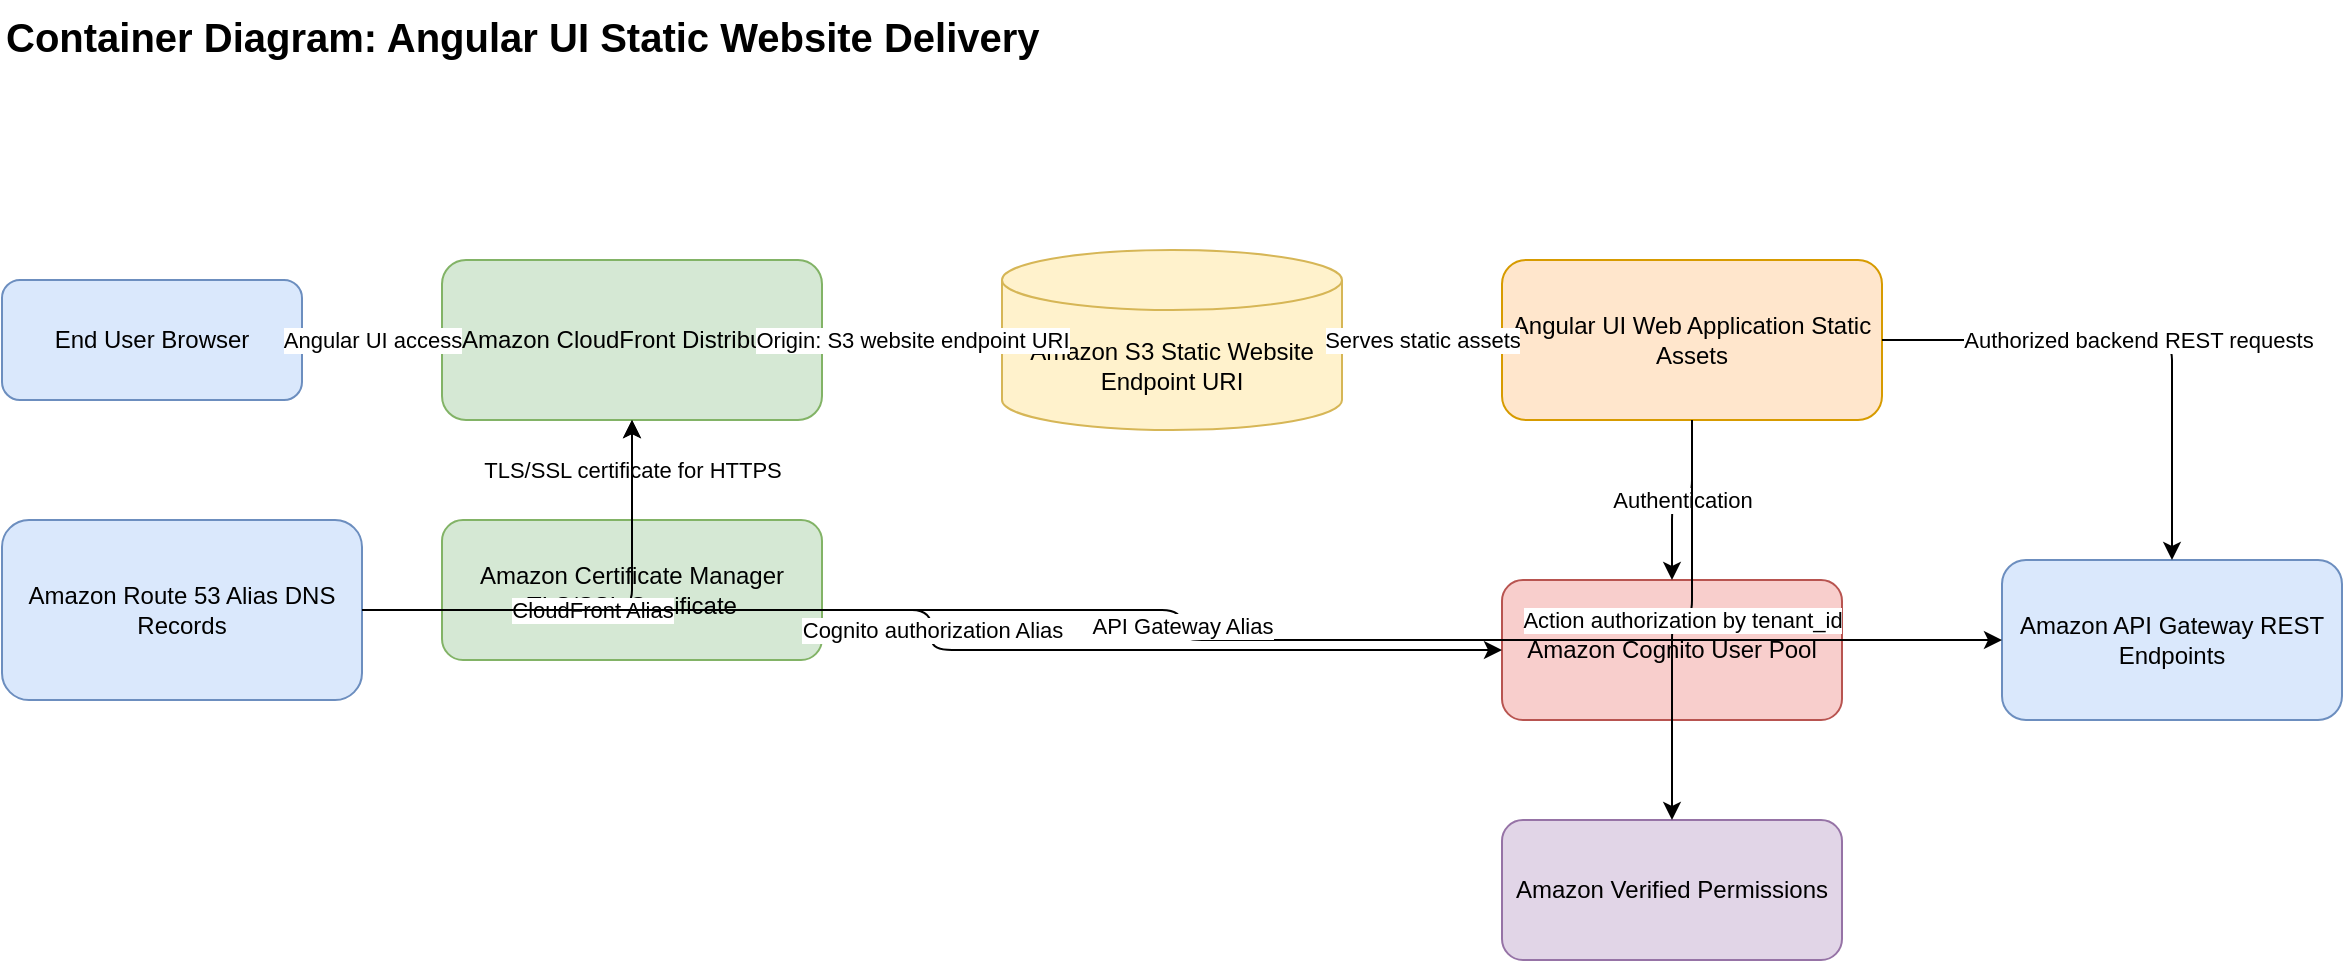
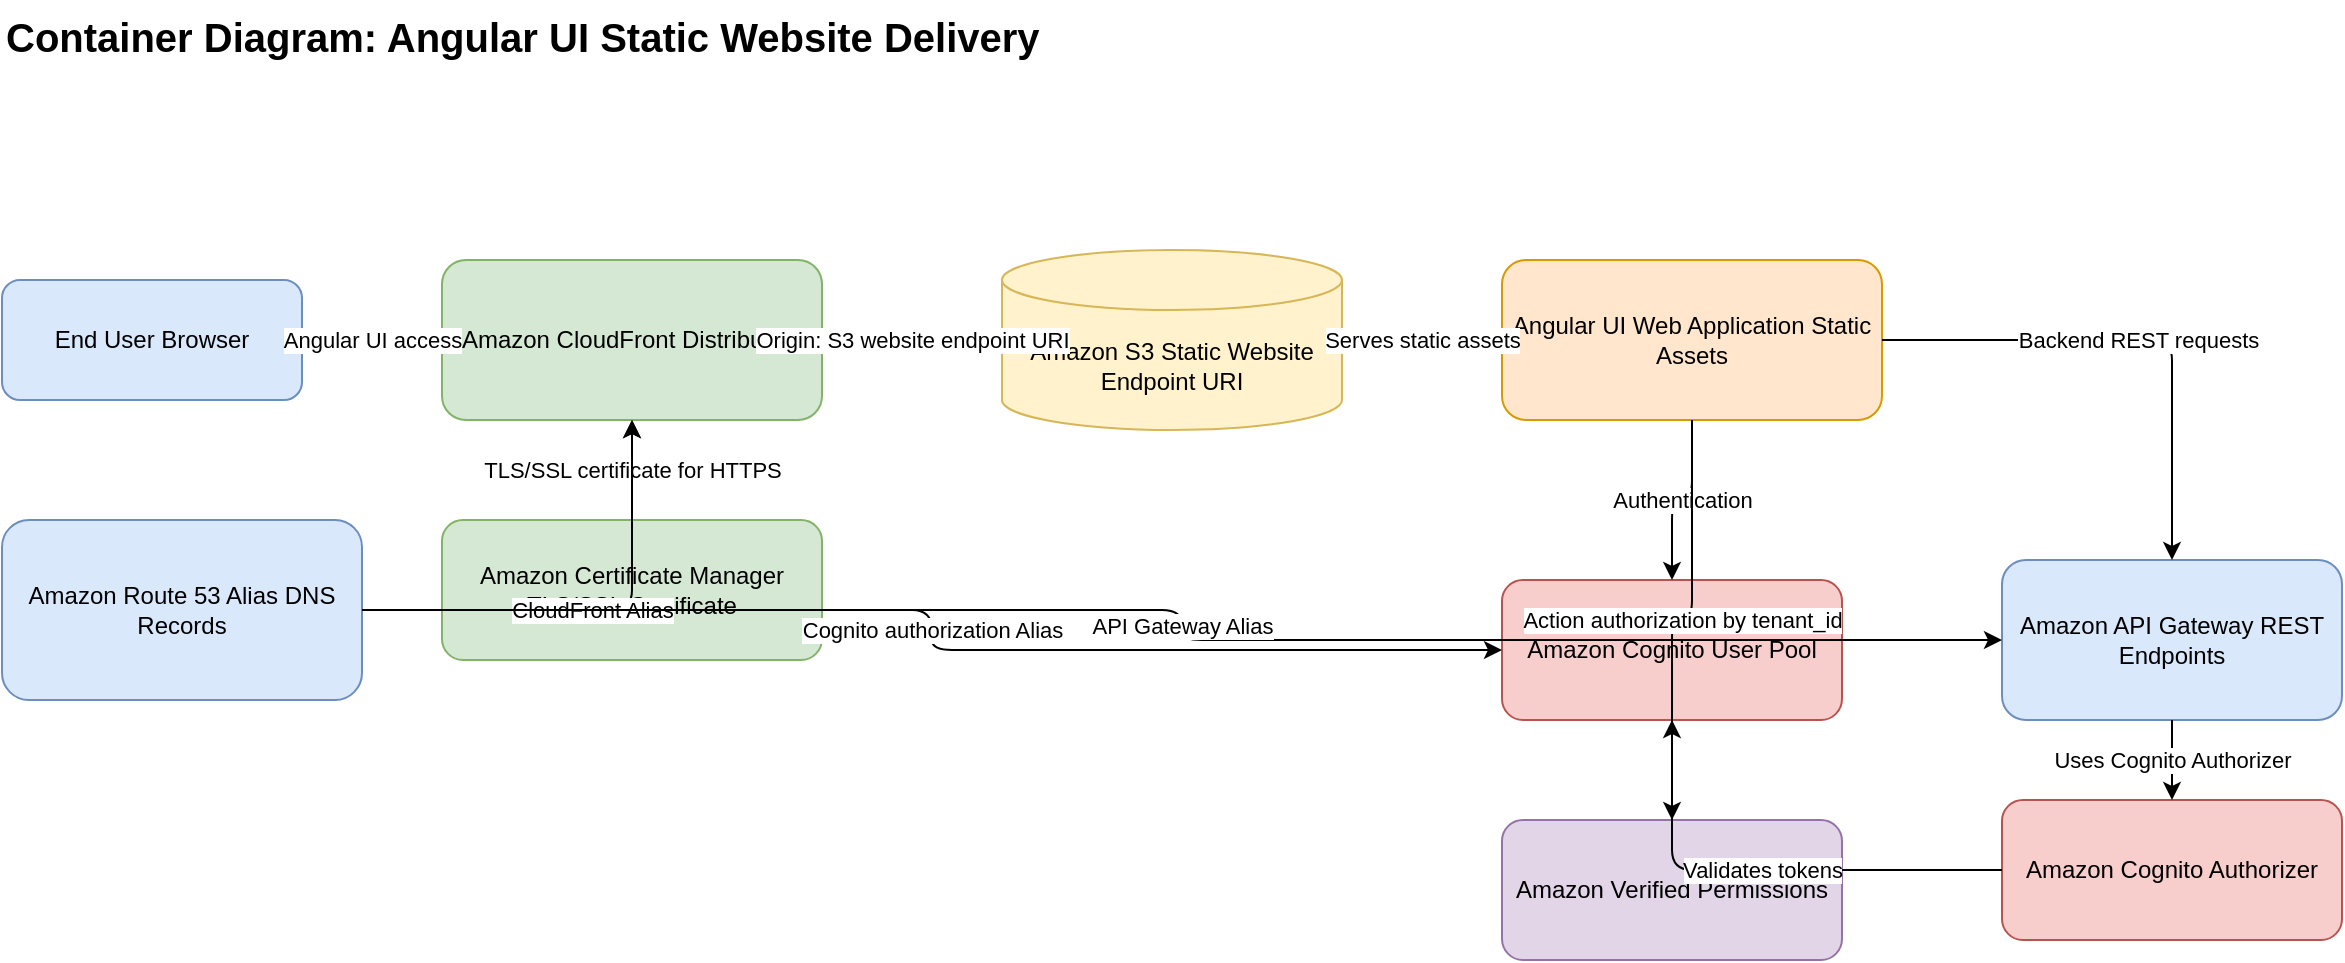
<mxGraphModel dx="1200" dy="800" grid="1" gridSize="10" guides="1" tooltips="1" connect="1" arrows="1" fold="1" page="1" pageScale="1" pageWidth="1200" pageHeight="850" math="0" shadow="0" adaptiveColors="auto">
  <root>
    <mxCell id="0"/>
    <mxCell id="1" parent="0"/>
    <mxCell id="title" value="Container Diagram: Angular UI Static Website Delivery" style="text;html=1;fontSize=20;fontStyle=1;strokeColor=none;fillColor=none;" vertex="1" parent="1">
      <mxGeometry x="40" y="20" width="600" height="40" as="geometry"/>
    </mxCell>
    <mxCell id="user" value="End User Browser" style="rounded=1;whiteSpace=wrap;html=1;fillColor=#dae8fc;strokeColor=#6c8ebf;" vertex="1" parent="1">
      <mxGeometry x="40" y="160" width="150" height="60" as="geometry"/>
    </mxCell>
    <mxCell id="cloudfront" value="Amazon CloudFront Distribution" style="rounded=1;whiteSpace=wrap;html=1;fillColor=#d5e8d4;strokeColor=#82b366;" vertex="1" parent="1">
      <mxGeometry x="260" y="150" width="190" height="80" as="geometry"/>
    </mxCell>
    <mxCell id="route53" value="Amazon Route 53 Alias DNS Records" style="rounded=1;whiteSpace=wrap;html=1;fillColor=#dae8fc;strokeColor=#6c8ebf;" vertex="1" parent="1">
      <mxGeometry x="40" y="280" width="180" height="90" as="geometry"/>
    </mxCell>
    <mxCell id="s3" value="Amazon S3 Static Website Endpoint URI" style="shape=cylinder3;whiteSpace=wrap;html=1;boundedLbl=1;backgroundOutline=1;size=15;fillColor=#fff2cc;strokeColor=#d6b656;" vertex="1" parent="1">
      <mxGeometry x="540" y="145" width="170" height="90" as="geometry"/>
    </mxCell>
    <mxCell id="angular" value="Angular UI Web Application Static Assets" style="rounded=1;whiteSpace=wrap;html=1;fillColor=#ffe6cc;strokeColor=#d79b00;" vertex="1" parent="1">
      <mxGeometry x="790" y="150" width="190" height="80" as="geometry"/>
    </mxCell>
    <mxCell id="cognito" value="Amazon Cognito User Pool" style="rounded=1;whiteSpace=wrap;html=1;fillColor=#f8cecc;strokeColor=#b85450;" vertex="1" parent="1">
      <mxGeometry x="790" y="310" width="170" height="70" as="geometry"/>
    </mxCell>
    <mxCell id="avp" value="Amazon Verified Permissions" style="rounded=1;whiteSpace=wrap;html=1;fillColor=#e1d5e7;strokeColor=#9673a6;" vertex="1" parent="1">
      <mxGeometry x="790" y="430" width="170" height="70" as="geometry"/>
    </mxCell>
    <mxCell id="apigw" value="Amazon API Gateway REST Endpoints" style="rounded=1;whiteSpace=wrap;html=1;fillColor=#dae8fc;strokeColor=#6c8ebf;" vertex="1" parent="1">
      <mxGeometry x="1040" y="300" width="170" height="80" as="geometry"/>
    </mxCell>
+     <mxCell id="cognito_authorizer" value="Amazon Cognito Authorizer" style="rounded=1;whiteSpace=wrap;html=1;fillColor=#f8cecc;strokeColor=#b85450;" vertex="1" parent="1">
+       <mxGeometry x="1040" y="420" width="170" height="70" as="geometry"/>
+     </mxCell>
    <mxCell id="acm" value="Amazon Certificate Manager TLS/SSL Certificate" style="rounded=1;whiteSpace=wrap;html=1;fillColor=#d5e8d4;strokeColor=#82b366;" vertex="1" parent="1">
      <mxGeometry x="260" y="280" width="190" height="70" as="geometry"/>
    </mxCell>
    <mxCell id="e1" value="Angular UI access" style="edgeStyle=orthogonalEdgeStyle;rounded=1;html=1;endArrow=classic;" edge="1" parent="1" source="user" target="cloudfront">
      <mxGeometry relative="1" as="geometry"/>
    </mxCell>
    <mxCell id="e2" value="Origin: S3 website endpoint URI" style="edgeStyle=orthogonalEdgeStyle;rounded=1;html=1;endArrow=classic;" edge="1" parent="1" source="cloudfront" target="s3">
      <mxGeometry relative="1" as="geometry"/>
    </mxCell>
    <mxCell id="e3" value="Serves static assets" style="edgeStyle=orthogonalEdgeStyle;rounded=1;html=1;endArrow=classic;" edge="1" parent="1" source="s3" target="angular">
      <mxGeometry relative="1" as="geometry"/>
    </mxCell>
    <mxCell id="e4" value="Authentication" style="edgeStyle=orthogonalEdgeStyle;rounded=1;html=1;endArrow=classic;" edge="1" parent="1" source="angular" target="cognito">
      <mxGeometry relative="1" as="geometry"/>
    </mxCell>
    <mxCell id="e5" value="Action authorization by tenant_id" style="edgeStyle=orthogonalEdgeStyle;rounded=1;html=1;endArrow=classic;" edge="1" parent="1" source="angular" target="avp">
      <mxGeometry relative="1" as="geometry"/>
    </mxCell>
-     <mxCell id="e6" value="Authorized backend REST requests" style="edgeStyle=orthogonalEdgeStyle;rounded=1;html=1;endArrow=classic;" edge="1" parent="1" source="angular" target="apigw">
+     <mxCell id="e6" value="Backend REST requests" style="edgeStyle=orthogonalEdgeStyle;rounded=1;html=1;endArrow=classic;" edge="1" parent="1" source="angular" target="apigw">
      <mxGeometry relative="1" as="geometry"/>
    </mxCell>
    <mxCell id="e7" value="TLS/SSL certificate for HTTPS" style="edgeStyle=orthogonalEdgeStyle;rounded=1;html=1;endArrow=classic;" edge="1" parent="1" source="acm" target="cloudfront">
      <mxGeometry relative="1" as="geometry"/>
    </mxCell>
    <mxCell id="e8" value="CloudFront Alias" style="edgeStyle=orthogonalEdgeStyle;rounded=1;html=1;endArrow=classic;" edge="1" parent="1" source="route53" target="cloudfront">
      <mxGeometry relative="1" as="geometry"/>
    </mxCell>
    <mxCell id="e9" value="Cognito authorization Alias" style="edgeStyle=orthogonalEdgeStyle;rounded=1;html=1;endArrow=classic;" edge="1" parent="1" source="route53" target="cognito">
      <mxGeometry relative="1" as="geometry"/>
    </mxCell>
    <mxCell id="e10" value="API Gateway Alias" style="edgeStyle=orthogonalEdgeStyle;rounded=1;html=1;endArrow=classic;" edge="1" parent="1" source="route53" target="apigw">
      <mxGeometry relative="1" as="geometry"/>
    </mxCell>
+     <mxCell id="e11" value="Uses Cognito Authorizer" style="edgeStyle=orthogonalEdgeStyle;rounded=1;html=1;endArrow=classic;" edge="1" parent="1" source="apigw" target="cognito_authorizer">
+       <mxGeometry relative="1" as="geometry"/>
+     </mxCell>
+     <mxCell id="e12" value="Validates tokens" style="edgeStyle=orthogonalEdgeStyle;rounded=1;html=1;endArrow=classic;" edge="1" parent="1" source="cognito_authorizer" target="cognito">
+       <mxGeometry relative="1" as="geometry"/>
+     </mxCell>
  </root>
</mxGraphModel>
